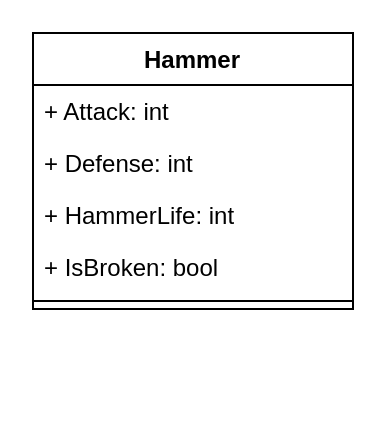
Above: Assets/UML-diagrams/Hammer.drawio in ProgramacionII-Equipo3/PII_RoleplayGame_1_Start (draw.io), before the change. Source tidied: cells renumbered, new cells numbered last; positions are measured from the earlier drawing's top-left corner, leaving out a move shared by most shapes. Both pictures are drawn from the tidied source at 200%, with x=0, y=0 at pixel (32, 32).
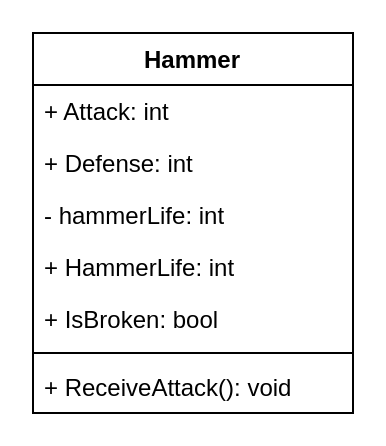
After the change.

What changed in the source:
```diff
@@
 <mxGraphModel>
   <root>
     <mxCell id="0" />
     <mxCell id="1" parent="0" />
     <mxCell id="2" value="Hammer" style="swimlane;fontStyle=1;align=center;verticalAlign=top;horizontal=1;startSize=26;" parent="1" vertex="1">
-      <mxGeometry width="160" height="138" as="geometry" />
+      <mxGeometry width="160" height="190" as="geometry" />
     </mxCell>
     <mxCell id="3" value="+ Attack: int" style="text;strokeColor=none;fillColor=none;align=left;verticalAlign=top;spacingLeft=4;spacingRight=4;overflow=hidden;" parent="2" vertex="1">
       <mxGeometry y="26" width="160" height="26" as="geometry" />
     </mxCell>
     <mxCell id="4" value="+ Defense: int" style="text;strokeColor=none;fillColor=none;align=left;verticalAlign=top;spacingLeft=4;spacingRight=4;overflow=hidden;" parent="2" vertex="1">
       <mxGeometry y="52" width="160" height="26" as="geometry" />
     </mxCell>
+    <mxCell id="8" value="- hammerLife: int" style="text;strokeColor=none;fillColor=none;align=left;verticalAlign=top;spacingLeft=4;spacingRight=4;overflow=hidden;" parent="2" vertex="1">
+      <mxGeometry y="78" width="160" height="26" as="geometry" />
+    </mxCell>
     <mxCell id="5" value="+ HammerLife: int" style="text;strokeColor=none;fillColor=none;align=left;verticalAlign=top;spacingLeft=4;spacingRight=4;overflow=hidden;" parent="2" vertex="1">
-      <mxGeometry y="78" width="160" height="26" as="geometry" />
+      <mxGeometry y="104" width="160" height="26" as="geometry" />
     </mxCell>
     <mxCell id="6" value="+ IsBroken: bool" style="text;strokeColor=none;fillColor=none;align=left;verticalAlign=top;spacingLeft=4;spacingRight=4;overflow=hidden;" parent="2" vertex="1">
-      <mxGeometry y="104" width="160" height="26" as="geometry" />
+      <mxGeometry y="130" width="160" height="26" as="geometry" />
     </mxCell>
     <mxCell id="7" style="line;strokeWidth=1;fillColor=none;align=left;verticalAlign=middle;spacingTop=-1;spacingLeft=3;spacingRight=3;labelPosition=right;" parent="2" vertex="1">
-      <mxGeometry y="130" width="160" height="8" as="geometry" />
+      <mxGeometry y="156" width="160" height="8" as="geometry" />
     </mxCell>
+    <mxCell id="9" value="+ ReceiveAttack(): void" style="text;strokeColor=none;fillColor=none;align=left;verticalAlign=top;spacingLeft=4;spacingRight=4;overflow=hidden;" parent="2" vertex="1">
+      <mxGeometry y="164" width="160" height="26" as="geometry" />
+    </mxCell>
   </root>
 </mxGraphModel>
```
